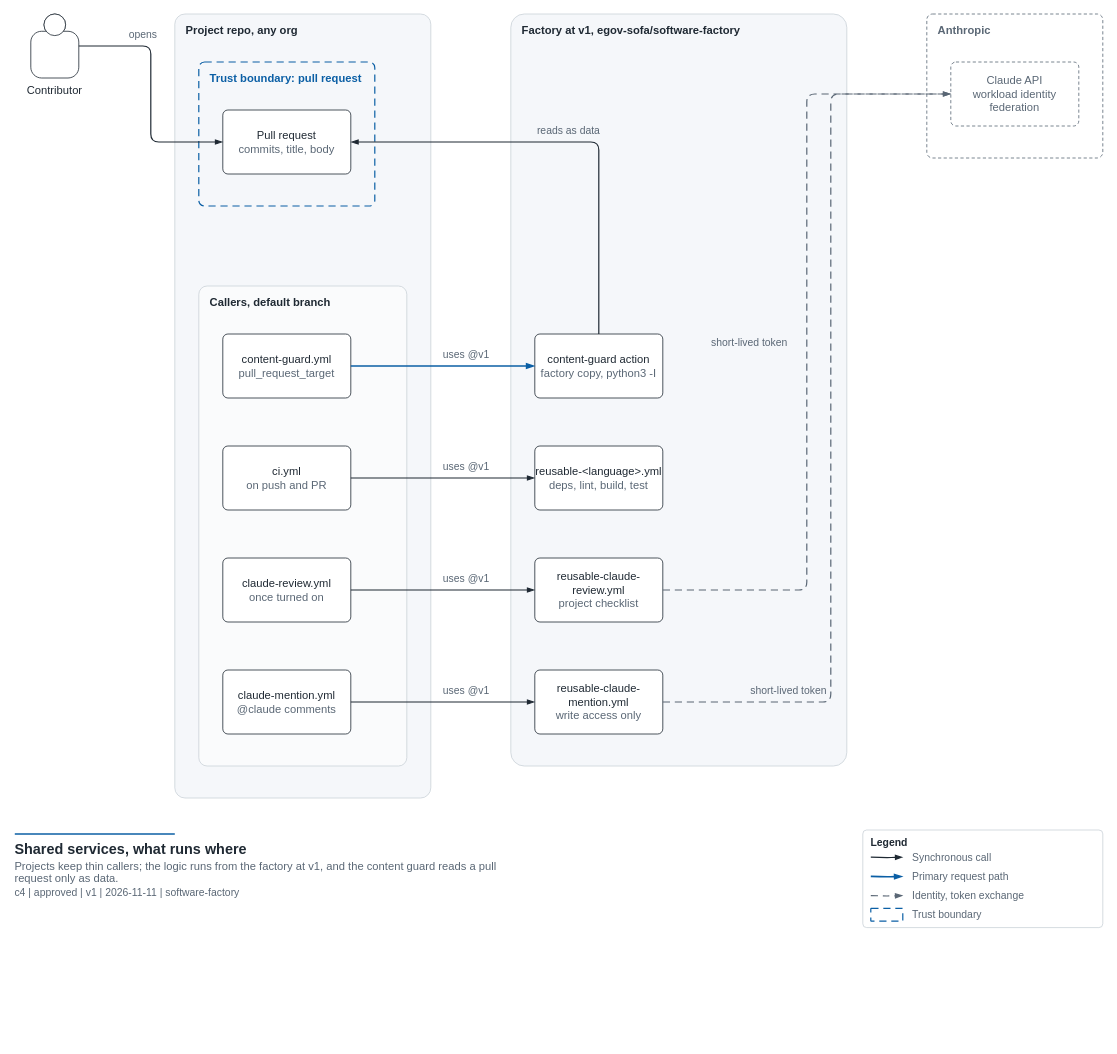
The draw.io diagram docs/diagrams/shared-services.drawio in egov-sofa/software-factory, before the edit. Source tidied: cells renumbered, new cells numbered last; positions are measured from the earlier drawing's top-left corner, leaving out a move shared by most shapes. Both pictures are drawn from the tidied source at 80%, with x=0, y=0 at pixel (14, 14).
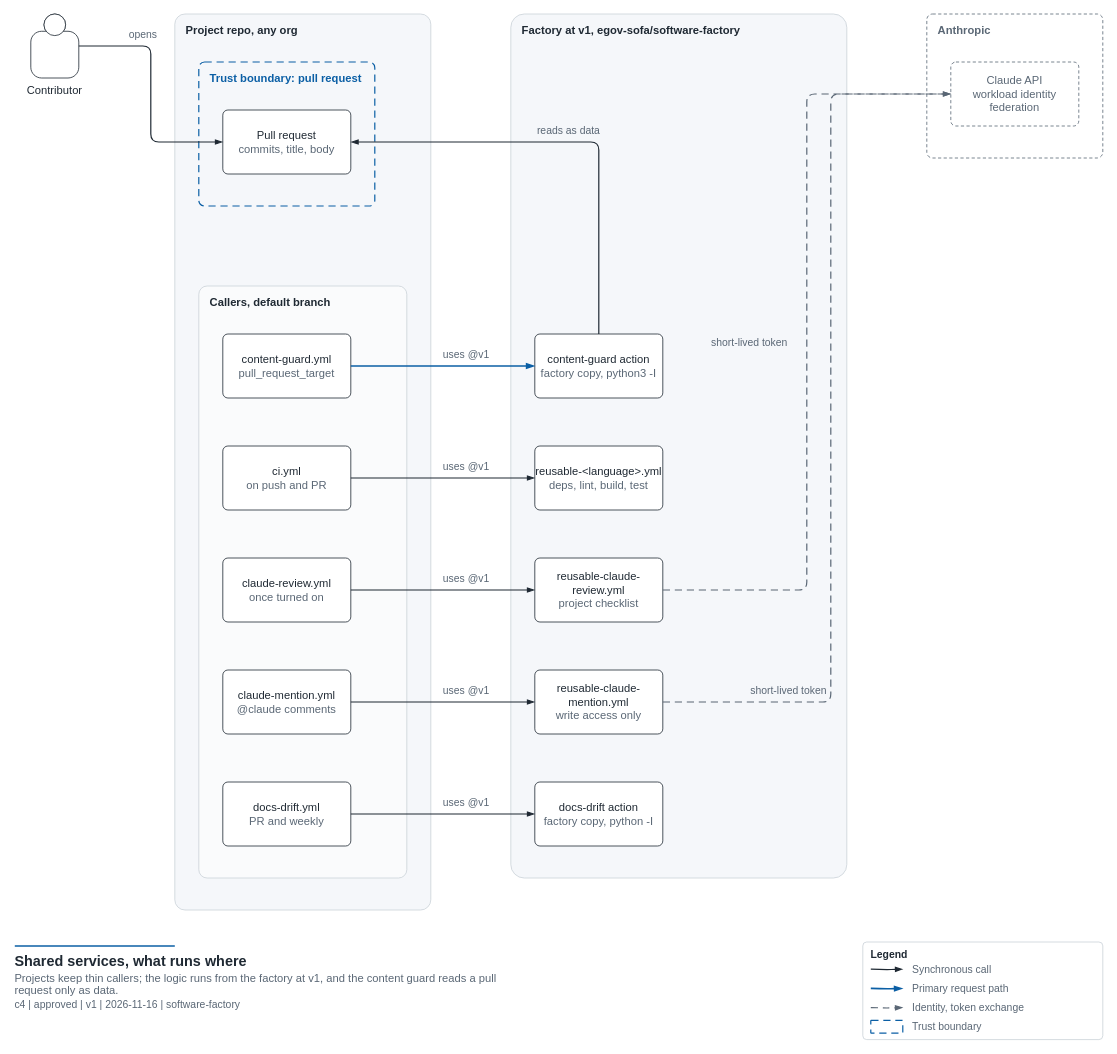
The same page after the edit.

Diff of the diagram source:
```diff
@@
     <mxCell id="4" value="Project repo, any org" style="rounded=1;arcSize=4;whiteSpace=wrap;html=1;fillColor=#F5F7FA;strokeColor=#CBD2D9;strokeWidth=1;fontSize=14;fontStyle=1;fontColor=#1F2933;verticalAlign=top;align=left;spacingLeft=12;spacingTop=6;" parent="1" vertex="1">
-      <mxGeometry x="200" width="320" height="980" as="geometry" />
+      <mxGeometry x="200" width="320" height="1120" as="geometry" />
     </mxCell>
@@
     <mxCell id="7" value="Callers, default branch" style="rounded=1;arcSize=4;whiteSpace=wrap;html=1;fillColor=#FAFBFC;strokeColor=#CBD2D9;strokeWidth=1;fontSize=14;fontStyle=1;fontColor=#1F2933;verticalAlign=top;align=left;spacingLeft=12;spacingTop=6;" parent="4" vertex="1">
-      <mxGeometry x="30" y="340" width="260" height="600" as="geometry" />
+      <mxGeometry x="30" y="340" width="260" height="740" as="geometry" />
     </mxCell>
@@
+    <mxCell id="38" value="docs-drift.yml&lt;br&gt;&lt;font color=&quot;#5A6775&quot;&gt;PR and weekly&lt;/font&gt;" style="rounded=1;arcSize=8;whiteSpace=wrap;html=1;fillColor=#FFFFFF;strokeColor=#1F2933;strokeWidth=1;fontSize=14;fontColor=#1F2933;align=center;verticalAlign=middle;" parent="7" vertex="1">
+      <mxGeometry x="30" y="620" width="160" height="80" as="geometry" />
+    </mxCell>
     <mxCell id="12" value="Factory at v1, egov-sofa/software-factory" style="rounded=1;arcSize=4;whiteSpace=wrap;html=1;fillColor=#F5F7FA;strokeColor=#CBD2D9;strokeWidth=1;fontSize=14;fontStyle=1;fontColor=#1F2933;verticalAlign=top;align=left;spacingLeft=12;spacingTop=6;" parent="1" vertex="1">
-      <mxGeometry x="620" width="420" height="940" as="geometry" />
+      <mxGeometry x="620" width="420" height="1080" as="geometry" />
     </mxCell>
@@
+    <mxCell id="39" value="docs-drift action&lt;br&gt;&lt;font color=&quot;#5A6775&quot;&gt;factory copy, python -I&lt;/font&gt;" style="rounded=1;arcSize=8;whiteSpace=wrap;html=1;fillColor=#FFFFFF;strokeColor=#1F2933;strokeWidth=1;fontSize=14;fontColor=#1F2933;align=center;verticalAlign=middle;" parent="12" vertex="1">
+      <mxGeometry x="30" y="960" width="160" height="80" as="geometry" />
+    </mxCell>
@@
+    <mxCell id="40" value="uses @v1" style="edgeStyle=orthogonalEdgeStyle;rounded=1;jettySize=auto;html=1;strokeWidth=1.5;endArrow=blockThin;endFill=1;endSize=6;fontSize=13;fontColor=#5A6775;labelBackgroundColor=#FFFFFF;strokeColor=#1F2933;exitX=1;exitY=0.5;exitDx=0;exitDy=0;entryX=0;entryY=0.5;entryDx=0;entryDy=0;verticalAlign=bottom;spacingBottom=3;labelBackgroundColor=none;" parent="1" edge="1" source="38" target="39">
+      <mxGeometry x="0.25" relative="1" as="geometry" />
+    </mxCell>
@@
     <mxCell id="27" style="shape=line;strokeColor=#0B5FA5;strokeWidth=2;html=1;" parent="1" vertex="1">
-      <mxGeometry y="1020" width="200" height="10" as="geometry" />
+      <mxGeometry y="1160" width="200" height="10" as="geometry" />
     </mxCell>
-    <mxCell id="28" value="&lt;b&gt;&lt;font style=&quot;font-size:18px&quot;&gt;Shared services, what runs where&lt;/font&gt;&lt;/b&gt;&lt;br&gt;&lt;font color=&quot;#5A6775&quot;&gt;Projects keep thin callers; the logic runs from the factory at v1, and the content guard reads a pull request only as data.&lt;/font&gt;&lt;br&gt;&lt;font style=&quot;font-size:13px&quot; color=&quot;#5A6775&quot;&gt;c4 | approved | v1 | 2026-11-11 | software-factory&lt;/font&gt;" style="text;html=1;align=left;verticalAlign=top;whiteSpace=wrap;fontSize=14;fontColor=#1F2933;strokeColor=none;fillColor=none;spacing=0;" parent="1" vertex="1">
-      <mxGeometry y="1030" width="620" height="80" as="geometry" />
+    <mxCell id="28" value="&lt;b&gt;&lt;font style=&quot;font-size:18px&quot;&gt;Shared services, what runs where&lt;/font&gt;&lt;/b&gt;&lt;br&gt;&lt;font color=&quot;#5A6775&quot;&gt;Projects keep thin callers; the logic runs from the factory at v1, and the content guard reads a pull request only as data.&lt;/font&gt;&lt;br&gt;&lt;font style=&quot;font-size:13px&quot; color=&quot;#5A6775&quot;&gt;c4 | approved | v1 | 2026-11-16 | software-factory&lt;/font&gt;" style="text;html=1;align=left;verticalAlign=top;whiteSpace=wrap;fontSize=14;fontColor=#1F2933;strokeColor=none;fillColor=none;spacing=0;" parent="1" vertex="1">
+      <mxGeometry y="1170" width="620" height="80" as="geometry" />
     </mxCell>
     <mxCell id="29" value="Legend" style="rounded=1;arcSize=4;whiteSpace=wrap;html=1;fillColor=#FFFFFF;strokeColor=#CBD2D9;strokeWidth=1;fontSize=13;fontStyle=1;fontColor=#1F2933;verticalAlign=top;align=left;spacingLeft=8;spacingTop=2;" parent="1" vertex="1">
-      <mxGeometry x="1060" y="1020" width="300" height="122" as="geometry" />
+      <mxGeometry x="1060" y="1160" width="300" height="122" as="geometry" />
     </mxCell>
```
